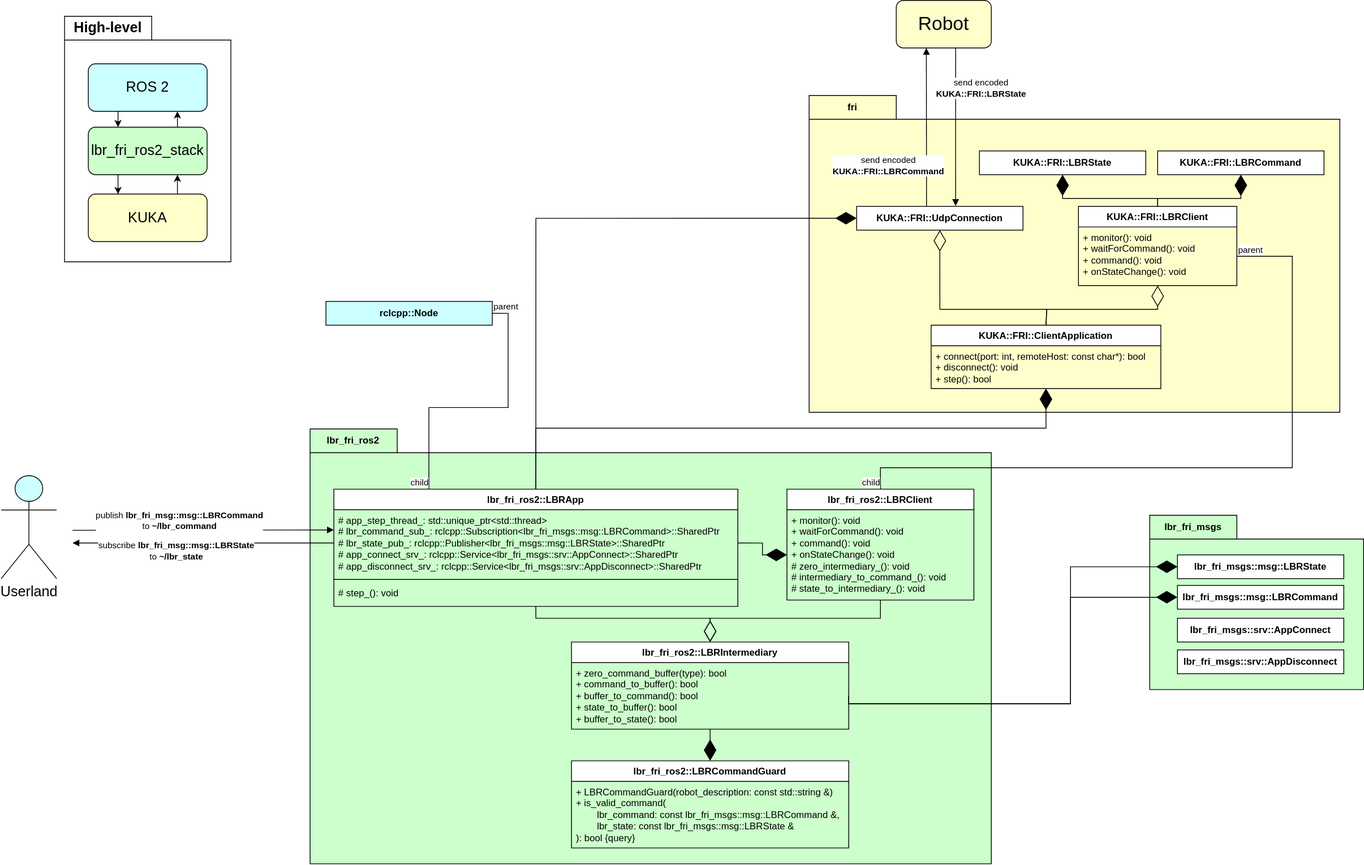
This is lbr_fri_ros2/doc/img/lbr_fri_ros2.drawio.svg from lbr-stack/lbr_fri_ros2_stack, a draw.io export, as it was before one commit. Source tidied: cells renumbered, new cells last; positions are measured from the earlier drawing's top-left corner, leaving out a move shared by most shapes.
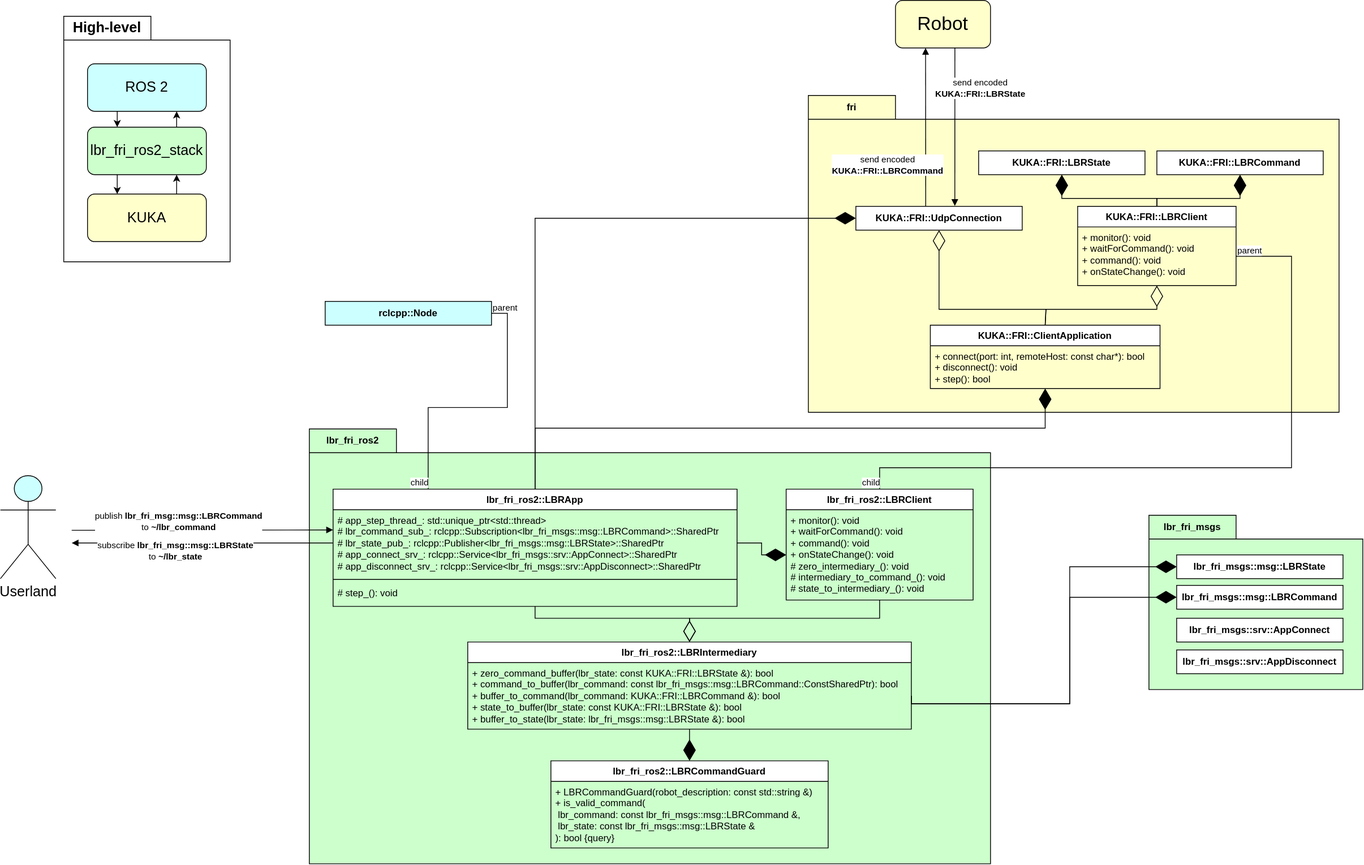
Later version of the same file.

What changed in the source:
```diff
@@ -108,15 +108,15 @@
       <mxGeometry y="26" width="236" height="114" as="geometry" />
     </mxCell>
     <mxCell id="25" value="lbr_fri_ros2::LBRIntermediary" style="swimlane;fontStyle=1;align=center;verticalAlign=top;horizontal=1;startSize=26;whiteSpace=wrap;html=1;" parent="1" vertex="1">
-      <mxGeometry x="720" y="810" width="350" height="110" as="geometry" />
+      <mxGeometry x="590" y="810" width="560" height="110" as="geometry" />
     </mxCell>
-    <mxCell id="26" value="+ zero_command_buffer(type): bool&lt;div&gt;+ command_to_buffer(): bool&lt;/div&gt;&lt;div&gt;+ buffer_to_command(): bool&lt;/div&gt;&lt;div&gt;+ state_to_buffer(): bool&lt;/div&gt;&lt;div&gt;+ buffer_to_state(): bool&lt;br&gt;&lt;/div&gt;" style="text;strokeColor=none;fillColor=none;align=left;verticalAlign=top;spacingLeft=4;spacingRight=4;overflow=hidden;points=[[0,0.5],[1,0.5]];portConstraint=eastwest;whiteSpace=wrap;html=1;" parent="25" vertex="1">
-      <mxGeometry y="26" width="350" height="84" as="geometry" />
+    <mxCell id="26" value="+ zero_command_buffer(lbr_state: const KUKA::FRI::LBRState &amp;amp;): bool&lt;div&gt;+ command_to_buffer(lbr_command: const lbr_fri_msgs::msg::LBRCommand::ConstSharedPtr): bool&lt;/div&gt;&lt;div&gt;+ buffer_to_command(lbr_command: KUKA::FRI::LBRCommand &amp;amp;): bool&lt;/div&gt;&lt;div&gt;+ state_to_buffer(lbr_state: const KUKA::FRI::LBRState &amp;amp;): bool&lt;/div&gt;&lt;div&gt;+ buffer_to_state(lbr_state: lbr_fri_msgs::msg::LBRState &amp;amp;): bool&lt;br&gt;&lt;/div&gt;" style="text;strokeColor=none;fillColor=none;align=left;verticalAlign=top;spacingLeft=4;spacingRight=4;overflow=hidden;points=[[0,0.5],[1,0.5]];portConstraint=eastwest;whiteSpace=wrap;html=1;" parent="25" vertex="1">
+      <mxGeometry y="26" width="560" height="84" as="geometry" />
     </mxCell>
     <mxCell id="27" value="lbr_fri_ros2::LBRCommandGuard" style="swimlane;fontStyle=1;align=center;verticalAlign=top;horizontal=1;startSize=26;whiteSpace=wrap;html=1;" parent="1" vertex="1">
-      <mxGeometry x="720" y="960" width="350" height="110" as="geometry" />
+      <mxGeometry x="695" y="960" width="350" height="110" as="geometry" />
     </mxCell>
-    <mxCell id="28" value="&lt;div&gt;+ LBRCommandGuard(robot_description: const std::string &amp;amp;)&lt;/div&gt;&lt;div&gt;+ is_valid_command(&lt;/div&gt;&lt;div&gt;&lt;span style=&quot;white-space: pre;&quot;&gt;&#9;&lt;/span&gt;lbr_command: const lbr_fri_msgs::msg::LBRCommand &amp;amp;,&lt;/div&gt;&lt;div&gt;&lt;span style=&quot;white-space: pre;&quot;&gt;&#9;&lt;/span&gt;lbr_state: const lbr_fri_msgs::msg::LBRState &amp;amp;&lt;/div&gt;&lt;div&gt;): bool {query}&lt;br&gt;&lt;/div&gt;" style="text;strokeColor=none;fillColor=none;align=left;verticalAlign=top;spacingLeft=4;spacingRight=4;overflow=hidden;whiteSpace=wrap;html=1;" parent="27" vertex="1">
+    <mxCell id="28" value="&lt;div&gt;+ LBRCommandGuard(robot_description: const std::string &amp;amp;)&lt;/div&gt;&lt;div&gt;+ is_valid_command(&lt;/div&gt;&lt;div&gt;&lt;span style=&quot;white-space: pre;&quot;&gt; &lt;/span&gt;lbr_command: const lbr_fri_msgs::msg::LBRCommand &amp;amp;,&lt;/div&gt;&lt;div&gt;&lt;span style=&quot;white-space: pre;&quot;&gt; &lt;/span&gt;lbr_state: const lbr_fri_msgs::msg::LBRState &amp;amp;&lt;/div&gt;&lt;div&gt;): bool {query}&lt;br&gt;&lt;/div&gt;" style="text;strokeColor=none;fillColor=none;align=left;verticalAlign=top;spacingLeft=4;spacingRight=4;overflow=hidden;whiteSpace=wrap;html=1;" parent="27" vertex="1">
       <mxGeometry y="26" width="350" height="84" as="geometry" />
     </mxCell>
     <mxCell id="29" style="endArrow=none;html=1;edgeStyle=orthogonalEdgeStyle;rounded=0;entryX=0.5;entryY=0;entryDx=0;entryDy=0;exitX=1;exitY=0.5;exitDx=0;exitDy=0;" parent="1" edge="1" source="13" target="23">
@@ -155,7 +155,7 @@
       <mxGeometry relative="1" as="geometry">
         <Array as="points">
           <mxPoint x="1110" y="780" />
-          <mxPoint x="895" y="780" />
+          <mxPoint x="870" y="780" />
         </Array>
       </mxGeometry>
     </mxCell>
@@ -163,7 +163,7 @@
       <mxGeometry relative="1" as="geometry">
         <Array as="points">
           <mxPoint x="675" y="780" />
-          <mxPoint x="895" y="780" />
+          <mxPoint x="870" y="780" />
         </Array>
       </mxGeometry>
     </mxCell>
```
